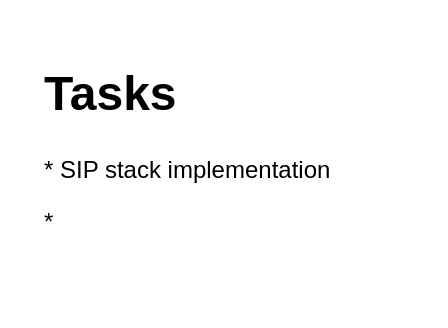
Above: page "Tasks" (4 of 4) of callcenter-int/Başlıksız Diyagram.drawio in sezerdulger/drawio (draw.io), before the change. Source tidied: cells renumbered, new cells numbered last; positions are measured from the earlier drawing's top-left corner, leaving out a move shared by most shapes. Both pictures are drawn from the tidied source at 200%, with x=0, y=0 at pixel (34, 54).
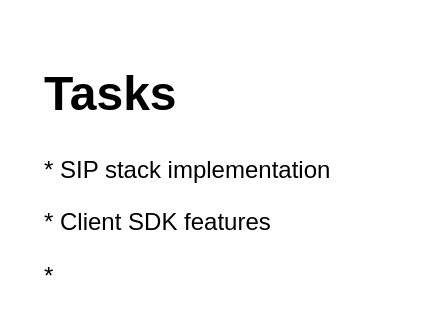
After the change.

Diff of the diagram source:
```diff
@@
 <mxGraphModel>
   <root>
     <mxCell id="0" />
     <mxCell id="1" parent="0" />
-    <mxCell id="2" value="&lt;h1&gt;Tasks&lt;/h1&gt;&lt;p&gt;* SIP stack implementation&lt;/p&gt;&lt;p&gt;*&amp;nbsp;&lt;/p&gt;" style="text;html=1;strokeColor=none;fillColor=none;spacing=5;spacingTop=-20;whiteSpace=wrap;overflow=hidden;rounded=0;fontSize=12;" parent="1" vertex="1">
+    <mxCell id="2" value="&lt;h1&gt;Tasks&lt;/h1&gt;&lt;p&gt;* SIP stack implementation&lt;/p&gt;&lt;p&gt;* Client SDK features&lt;/p&gt;&lt;p&gt;*&amp;nbsp;&lt;/p&gt;" style="text;html=1;strokeColor=none;fillColor=none;spacing=5;spacingTop=-20;whiteSpace=wrap;overflow=hidden;rounded=0;fontSize=12;" parent="1" vertex="1">
       <mxGeometry width="190" height="120" as="geometry" />
     </mxCell>
   </root>
 </mxGraphModel>
```
